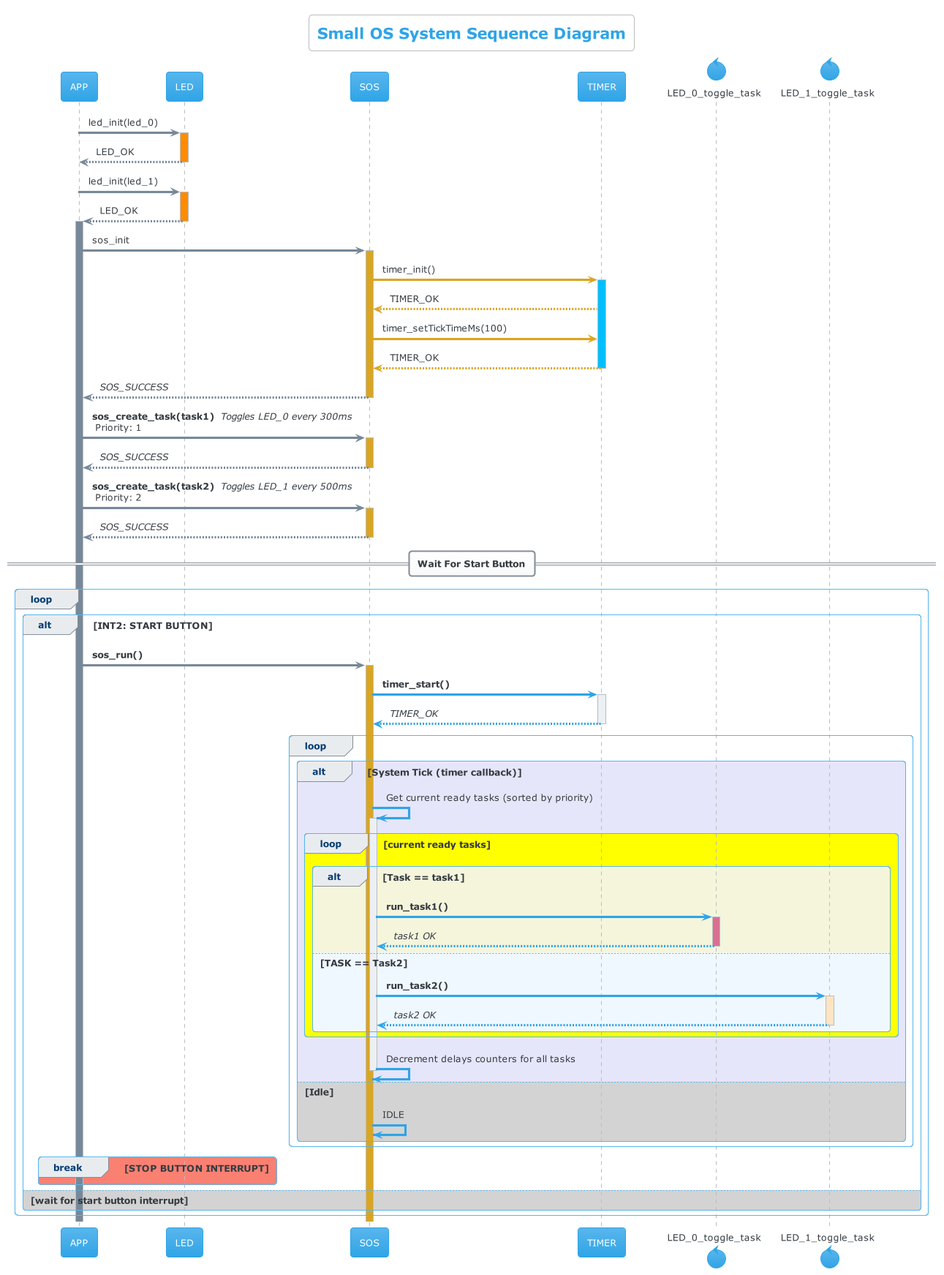
Above: Embedded SW Design/S_DYNAMIC_10 Design a Small OS/Assets/Diagrams - images/app_sequence_diagram.png in HossamElwahsh/sprints-automotive (PlantUML), before the change.
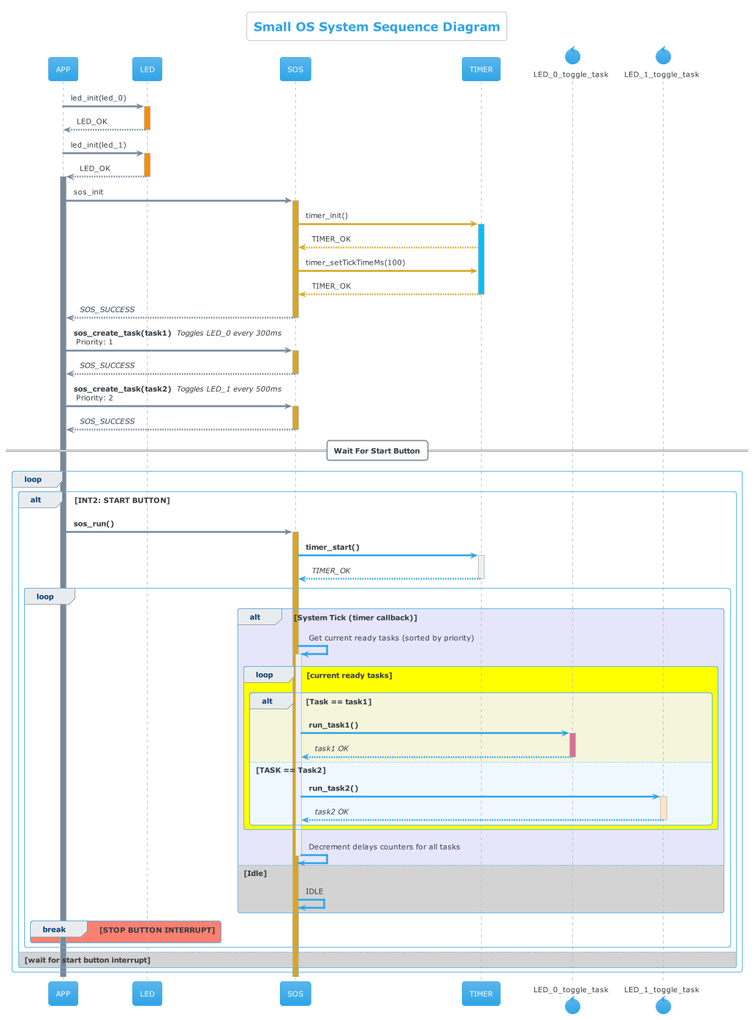
The same file after the commit.

Commit message:
update: sequence diagram

Diff of the diagram source:
```diff
@@ -58,9 +58,11 @@
                 else #lightgray Idle
                     SOS -> SOS: IDLE
                 end
+
+                break #salmon STOP BUTTON INTERRUPT
+                end
             end
-            break #salmon STOP BUTTON INTERRUPT
-            end
+
     else #lightgray wait for start button interrupt
 
     end
```
